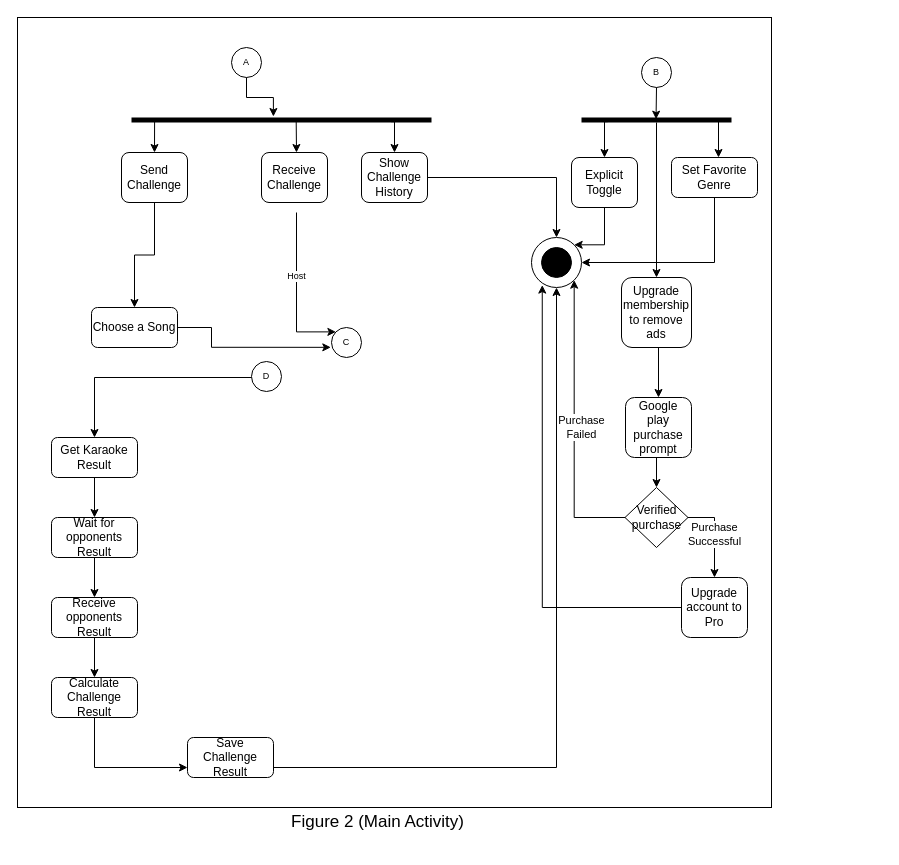
This is page "Page-2" (2 of 3) of System Analysis/PocketKaraoke Activity Diagram.drawio from AwsafChowdhury/PocketKaraoke, a draw.io file, before an edit. Source tidied: cells renumbered, new cells numbered last; positions are measured from the earlier drawing's top-left corner, leaving out a move shared by most shapes. Both pictures are drawn from the tidied source at 100%, with x=0, y=0 at pixel (17, 17).
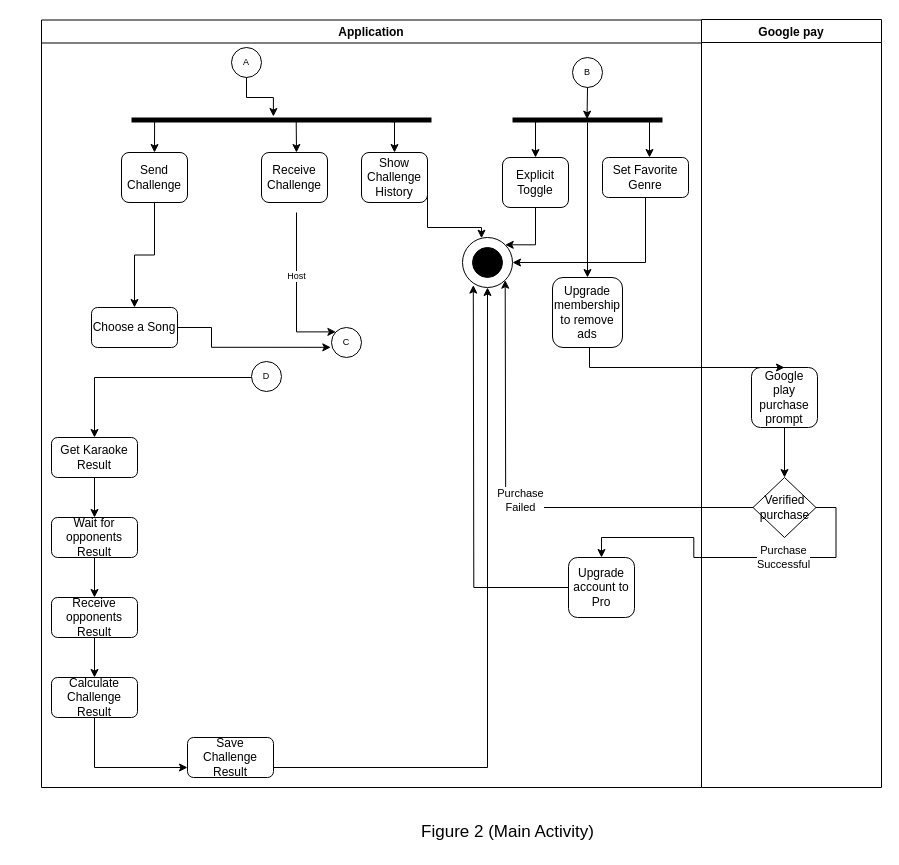
After the change.

The change refers to these unchanged cells:
```xml
<mxCell id="21" value="Show Challenge History" style="rounded=1;whiteSpace=wrap;html=1;fillColor=none;" parent="1" vertex="1">
  <mxGeometry x="344" y="135" width="66" height="50" as="geometry" />
</mxCell>
```

Change to the diagram source:
```diff
@@
-    <mxCell id="2" style="rounded=0;whiteSpace=wrap;html=1;fontSize=17;fillColor=none;" parent="1" vertex="1">
-      <mxGeometry width="754" height="790" as="geometry" />
-    </mxCell>
@@
     <mxCell id="5" style="ellipse;whiteSpace=wrap;html=1;fillColor=none;" parent="1" vertex="1">
-      <mxGeometry x="514" y="220" width="50" height="50" as="geometry" />
+      <mxGeometry x="445" y="220" width="50" height="50" as="geometry" />
     </mxCell>
     <mxCell id="6" style="ellipse;whiteSpace=wrap;html=1;fillColor=#000;" parent="1" vertex="1">
-      <mxGeometry x="524" y="230" width="30" height="30" as="geometry" />
+      <mxGeometry x="455" y="230" width="30" height="30" as="geometry" />
     </mxCell>
-    <mxCell id="7" style="edgeStyle=orthogonalEdgeStyle;rounded=0;jettySize=auto;html=1;exitX=0.5;exitY=1;exitDx=0;exitDy=0;fontSize=9;strokeWidth=1;entryX=1;entryY=0.5;entryDx=0;entryDy=0;" parent="1" edge="1" source="8" target="5">
+    <mxCell id="7" style="edgeStyle=orthogonalEdgeStyle;rounded=0;jettySize=auto;html=1;exitX=0.5;exitY=1;exitDx=0;exitDy=0;fontSize=9;strokeWidth=1;entryX=1;entryY=0.5;entryDx=0;entryDy=0;" parent="1" edge="1" source="8">
       <mxGeometry relative="1" as="geometry">
+        <mxPoint x="495" y="245" as="targetPoint" />
         <Array as="points">
-          <mxPoint x="697" y="245" />
+          <mxPoint x="628" y="245" />
         </Array>
       </mxGeometry>
     </mxCell>
     <mxCell id="8" value="Set Favorite Genre" style="rounded=1;whiteSpace=wrap;html=1;fillColor=none;" parent="1" vertex="1">
-      <mxGeometry x="654" y="140" width="86" height="40" as="geometry" />
+      <mxGeometry x="585" y="140" width="86" height="40" as="geometry" />
     </mxCell>
@@
     <mxCell id="10" value="B" style="ellipse;whiteSpace=wrap;html=1;fontSize=9;fillColor=none;" parent="1" vertex="1">
-      <mxGeometry x="624" y="40" width="30" height="30" as="geometry" />
+      <mxGeometry x="555" y="40" width="30" height="30" as="geometry" />
     </mxCell>
     <mxCell id="11" style="edgeStyle=orthogonalEdgeStyle;rounded=0;orthogonalLoop=1;jettySize=auto;html=1;exitX=0.5;exitY=0;exitDx=0;exitDy=0;fontSize=9;strokeWidth=1;entryX=0.5;entryY=0;entryDx=0;entryDy=0;" parent="1" edge="1">
       <mxGeometry relative="1" as="geometry">
-        <mxPoint x="701" y="103" as="sourcePoint" />
-        <mxPoint x="701" y="140" as="targetPoint" />
+        <mxPoint x="632" y="103" as="sourcePoint" />
+        <mxPoint x="632" y="140" as="targetPoint" />
       </mxGeometry>
     </mxCell>
     <mxCell id="12" style="html=1;points=[];perimeter=orthogonalPerimeter;fillColor=#000000;strokeColor=none;direction=south;" parent="1" vertex="1">
-      <mxGeometry x="564" y="100" width="150" height="5" as="geometry" />
+      <mxGeometry x="495" y="100" width="150" height="5" as="geometry" />
     </mxCell>
@@
-    <mxCell id="14" style="edgeStyle=orthogonalEdgeStyle;rounded=0;jettySize=auto;html=1;exitX=0.5;exitY=1;exitDx=0;exitDy=0;entryX=1;entryY=0;entryDx=0;entryDy=0;fontSize=9;strokeWidth=1;" parent="1" edge="1" source="15" target="5">
+    <mxCell id="14" style="edgeStyle=orthogonalEdgeStyle;rounded=0;jettySize=auto;html=1;exitX=0.5;exitY=1;exitDx=0;exitDy=0;entryX=1;entryY=0;entryDx=0;entryDy=0;fontSize=9;strokeWidth=1;" parent="1" edge="1" source="15">
       <mxGeometry relative="1" as="geometry">
+        <mxPoint x="487.7" y="227.3" as="targetPoint" />
         <Array as="points">
-          <mxPoint x="587" y="227" />
+          <mxPoint x="518" y="227" />
         </Array>
       </mxGeometry>
     </mxCell>
     <mxCell id="15" value="Explicit Toggle" style="rounded=1;whiteSpace=wrap;html=1;fillColor=none;" parent="1" vertex="1">
-      <mxGeometry x="554" y="140" width="66" height="50" as="geometry" />
+      <mxGeometry x="485" y="140" width="66" height="50" as="geometry" />
     </mxCell>
@@
     <mxCell id="20" style="edgeStyle=orthogonalEdgeStyle;rounded=0;jettySize=auto;html=1;exitX=1;exitY=0.5;exitDx=0;exitDy=0;fontSize=9;strokeWidth=1;" parent="1" edge="1" source="21" target="5">
-      <mxGeometry relative="1" as="geometry" />
+      <mxGeometry relative="1" as="geometry">
+        <Array as="points">
+          <mxPoint x="410" y="210" />
+          <mxPoint x="464" y="210" />
+        </Array>
+      </mxGeometry>
     </mxCell>
@@
     <mxCell id="40" value="Figure 2 (Main Activity)" style="text;html=1;align=center;verticalAlign=middle;strokeColor=none;fillColor=none;fontSize=17;" parent="1" vertex="1">
-      <mxGeometry x="265" y="790" width="190" height="30" as="geometry" />
+      <mxGeometry x="395" y="800" width="190" height="30" as="geometry" />
     </mxCell>
@@
     <mxCell id="42" style="edgeStyle=orthogonalEdgeStyle;rounded=0;jettySize=auto;html=1;exitX=0.5;exitY=1;exitDx=0;exitDy=0;entryX=0.5;entryY=0;entryDx=0;entryDy=0;" parent="1" edge="1" source="43" target="45">
       <mxGeometry relative="1" as="geometry">
         <Array as="points">
-          <mxPoint x="641" y="330" />
+          <mxPoint x="572" y="330" />
         </Array>
       </mxGeometry>
     </mxCell>
     <mxCell id="43" value="Upgrade membership to remove ads" style="rounded=1;whiteSpace=wrap;html=1;fillColor=none;" parent="1" vertex="1">
-      <mxGeometry x="604" y="260" width="70" height="70" as="geometry" />
+      <mxGeometry x="535" y="260" width="70" height="70" as="geometry" />
     </mxCell>
@@
     <mxCell id="45" value="Google play purchase prompt" style="rounded=1;whiteSpace=wrap;html=1;fillColor=none;" parent="1" vertex="1">
-      <mxGeometry x="608" y="380" width="66" height="60" as="geometry" />
+      <mxGeometry x="734" y="350" width="66" height="60" as="geometry" />
     </mxCell>
     <mxCell id="46" value="&lt;div&gt;Purchase&lt;/div&gt;&lt;div&gt;Successful&lt;br&gt;&lt;/div&gt;" style="edgeStyle=orthogonalEdgeStyle;rounded=0;jettySize=auto;html=1;exitX=1;exitY=0.5;exitDx=0;exitDy=0;entryX=0.5;entryY=0;entryDx=0;entryDy=0;" parent="1" edge="1" source="48" target="50">
-      <mxGeometry relative="1" as="geometry" />
+      <mxGeometry x="-0.29" relative="1" as="geometry">
+        <mxPoint x="-1" as="offset" />
+      </mxGeometry>
     </mxCell>
-    <mxCell id="47" value="&lt;div&gt;Purchase&lt;/div&gt;&lt;div&gt;Failed&lt;/div&gt;" style="edgeStyle=orthogonalEdgeStyle;rounded=0;jettySize=auto;html=1;exitX=0;exitY=0.5;exitDx=0;exitDy=0;entryX=1;entryY=1;entryDx=0;entryDy=0;" parent="1" edge="1" source="48" target="5">
-      <mxGeometry x="-0.02" y="-7" relative="1" as="geometry" />
+    <mxCell id="47" value="&lt;div&gt;Purchase&lt;/div&gt;&lt;div&gt;Failed&lt;/div&gt;" style="edgeStyle=orthogonalEdgeStyle;rounded=0;jettySize=auto;html=1;exitX=0;exitY=0.5;exitDx=0;exitDy=0;entryX=1;entryY=1;entryDx=0;entryDy=0;" parent="1" edge="1" source="48">
+      <mxGeometry x="-0.02" y="-7" relative="1" as="geometry">
+        <mxPoint x="487.7" y="262.7" as="targetPoint" />
+      </mxGeometry>
     </mxCell>
     <mxCell id="48" value="Verified purchase" style="rhombus;whiteSpace=wrap;html=1;" parent="1" vertex="1">
-      <mxGeometry x="607.5" y="470" width="63" height="60" as="geometry" />
+      <mxGeometry x="735.5" y="460" width="63" height="60" as="geometry" />
     </mxCell>
-    <mxCell id="49" style="edgeStyle=orthogonalEdgeStyle;rounded=0;jettySize=auto;html=1;exitX=0;exitY=0.5;exitDx=0;exitDy=0;entryX=0.215;entryY=0.952;entryDx=0;entryDy=0;entryPerimeter=0;" parent="1" edge="1" source="50" target="5">
-      <mxGeometry relative="1" as="geometry" />
+    <mxCell id="49" style="edgeStyle=orthogonalEdgeStyle;rounded=0;jettySize=auto;html=1;exitX=0;exitY=0.5;exitDx=0;exitDy=0;entryX=0.215;entryY=0.952;entryDx=0;entryDy=0;entryPerimeter=0;" parent="1" edge="1" source="50">
+      <mxGeometry relative="1" as="geometry">
+        <mxPoint x="455.8" y="267.6" as="targetPoint" />
+      </mxGeometry>
     </mxCell>
     <mxCell id="50" value="Upgrade account to Pro" style="rounded=1;whiteSpace=wrap;html=1;fillColor=none;" parent="1" vertex="1">
-      <mxGeometry x="664" y="560" width="66" height="60" as="geometry" />
+      <mxGeometry x="551" y="540" width="66" height="60" as="geometry" />
     </mxCell>
@@
+    <mxCell id="53" value="Application" style="swimlane;" parent="1" vertex="1">
+      <mxGeometry x="24" y="2.5" width="660" height="767.5" as="geometry" />
+    </mxCell>
+    <mxCell id="54" value="Google pay" style="swimlane;" parent="1" vertex="1">
+      <mxGeometry x="684" y="2" width="180" height="768" as="geometry" />
+    </mxCell>
```
